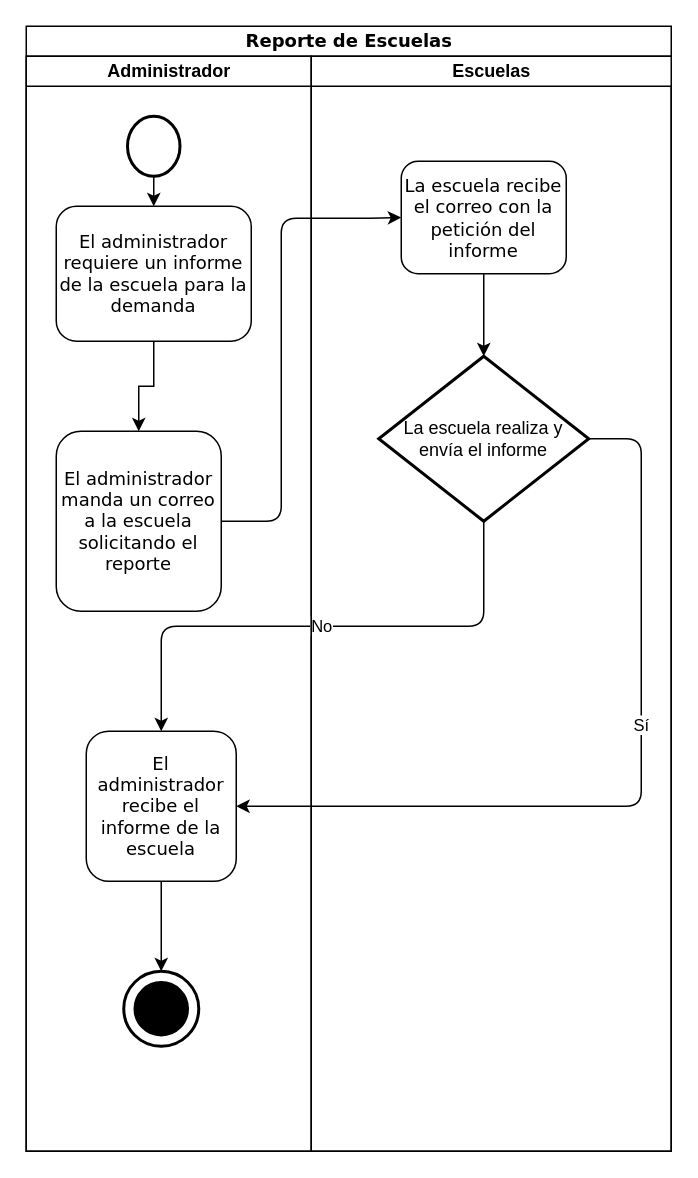
Before: Untitled Diagram.drawio in giancarlovipe/Proyecto-Estructura-de-Datos, a draw.io diagram. Source tidied: cells renumbered, new cells numbered last; positions are measured from the earlier drawing's top-left corner, leaving out a move shared by most shapes. Both pictures are drawn from the tidied source at 150%, with x=0, y=0 at pixel (26, 26).
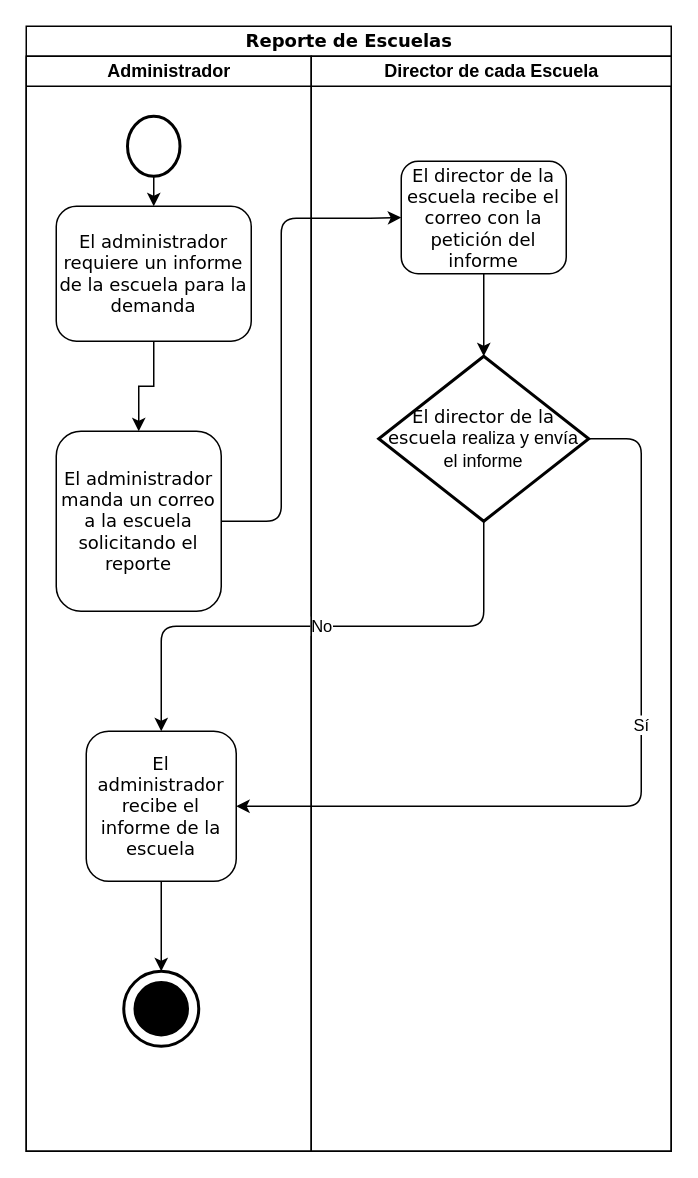
Above is the later version.

The change refers to these unchanged cells:
```xml
<mxCell id="2" value="&lt;font style=&quot;font-size: 12px&quot;&gt;Reporte de Escuelas&lt;/font&gt;" style="swimlane;html=1;startSize=20;rounded=0;shadow=0;labelBackgroundColor=none;strokeWidth=1;fontFamily=Verdana;fontSize=8;align=center;" parent="1" vertex="1">
  <mxGeometry width="430" height="750" as="geometry" />
</mxCell>
```

Change to the diagram source:
```diff
@@
-    <mxCell id="14" value="Escuelas" style="swimlane;html=1;startSize=20;" parent="2" vertex="1">
+    <mxCell id="14" value="Director de cada Escuela" style="swimlane;html=1;startSize=20;" parent="2" vertex="1">
       <mxGeometry x="190" y="20" width="240" height="730" as="geometry" />
     </mxCell>
@@
-    <mxCell id="16" value="&lt;div&gt;&lt;span style=&quot;font-size: 12px&quot;&gt;La escuela recibe el correo con la petición del informe&lt;/span&gt;&lt;/div&gt;" style="rounded=1;whiteSpace=wrap;html=1;shadow=0;labelBackgroundColor=none;strokeWidth=1;fontFamily=Verdana;fontSize=8;align=center;" parent="14" vertex="1">
+    <mxCell id="16" value="&lt;div&gt;&lt;span style=&quot;font-size: 12px&quot;&gt;El director de la escuela recibe el correo con la petición del informe&lt;/span&gt;&lt;/div&gt;" style="rounded=1;whiteSpace=wrap;html=1;shadow=0;labelBackgroundColor=none;strokeWidth=1;fontFamily=Verdana;fontSize=8;align=center;" parent="14" vertex="1">
       <mxGeometry x="60" y="70" width="110" height="75" as="geometry" />
     </mxCell>
-    <mxCell id="17" value="La escuela realiza y envía el informe" style="strokeWidth=2;html=1;shape=mxgraph.flowchart.decision;whiteSpace=wrap;" parent="14" vertex="1">
+    <mxCell id="17" value="&lt;span style=&quot;font-family: &amp;#34;verdana&amp;#34;&quot;&gt;El director de la escuela&lt;/span&gt;&amp;nbsp;realiza y envía el informe" style="strokeWidth=2;html=1;shape=mxgraph.flowchart.decision;whiteSpace=wrap;" parent="14" vertex="1">
       <mxGeometry x="45" y="200" width="140" height="110" as="geometry" />
     </mxCell>
```
